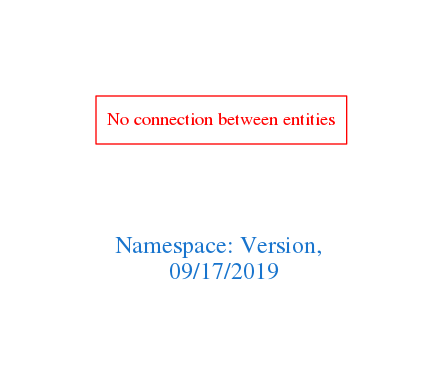
Before: downloads/Version.png, a diagram exported from Graphviz (arago/OGIT). Its source is kept beside it as downloads/Version.dot. The source it was exported from:
```dot
digraph OGIT_ontology {
 graph [ rankdir= LR,pad=1
fontsize = 18,
fontcolor= dodgerblue3,label = "\n\n\nNamespace: Version, \n 09/17/2019"];
node[shape=polygon];
edge [  color="gray81"];

"No connection between entities" [fontcolor = "red",color="red", shape="polygon"]
}
```
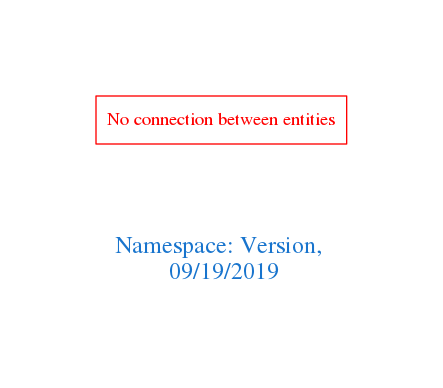
Later version of the same file.

The edit, as a diff of the source:
```diff
@@ -1,7 +1,7 @@
 digraph OGIT_ontology {
  graph [ rankdir= LR,pad=1
 fontsize = 18,
-fontcolor= dodgerblue3,label = "\n\n\nNamespace: Version, \n 09/17/2019"];
+fontcolor= dodgerblue3,label = "\n\n\nNamespace: Version, \n 09/19/2019"];
 node[shape=polygon];
 edge [  color="gray81"];
 
```
